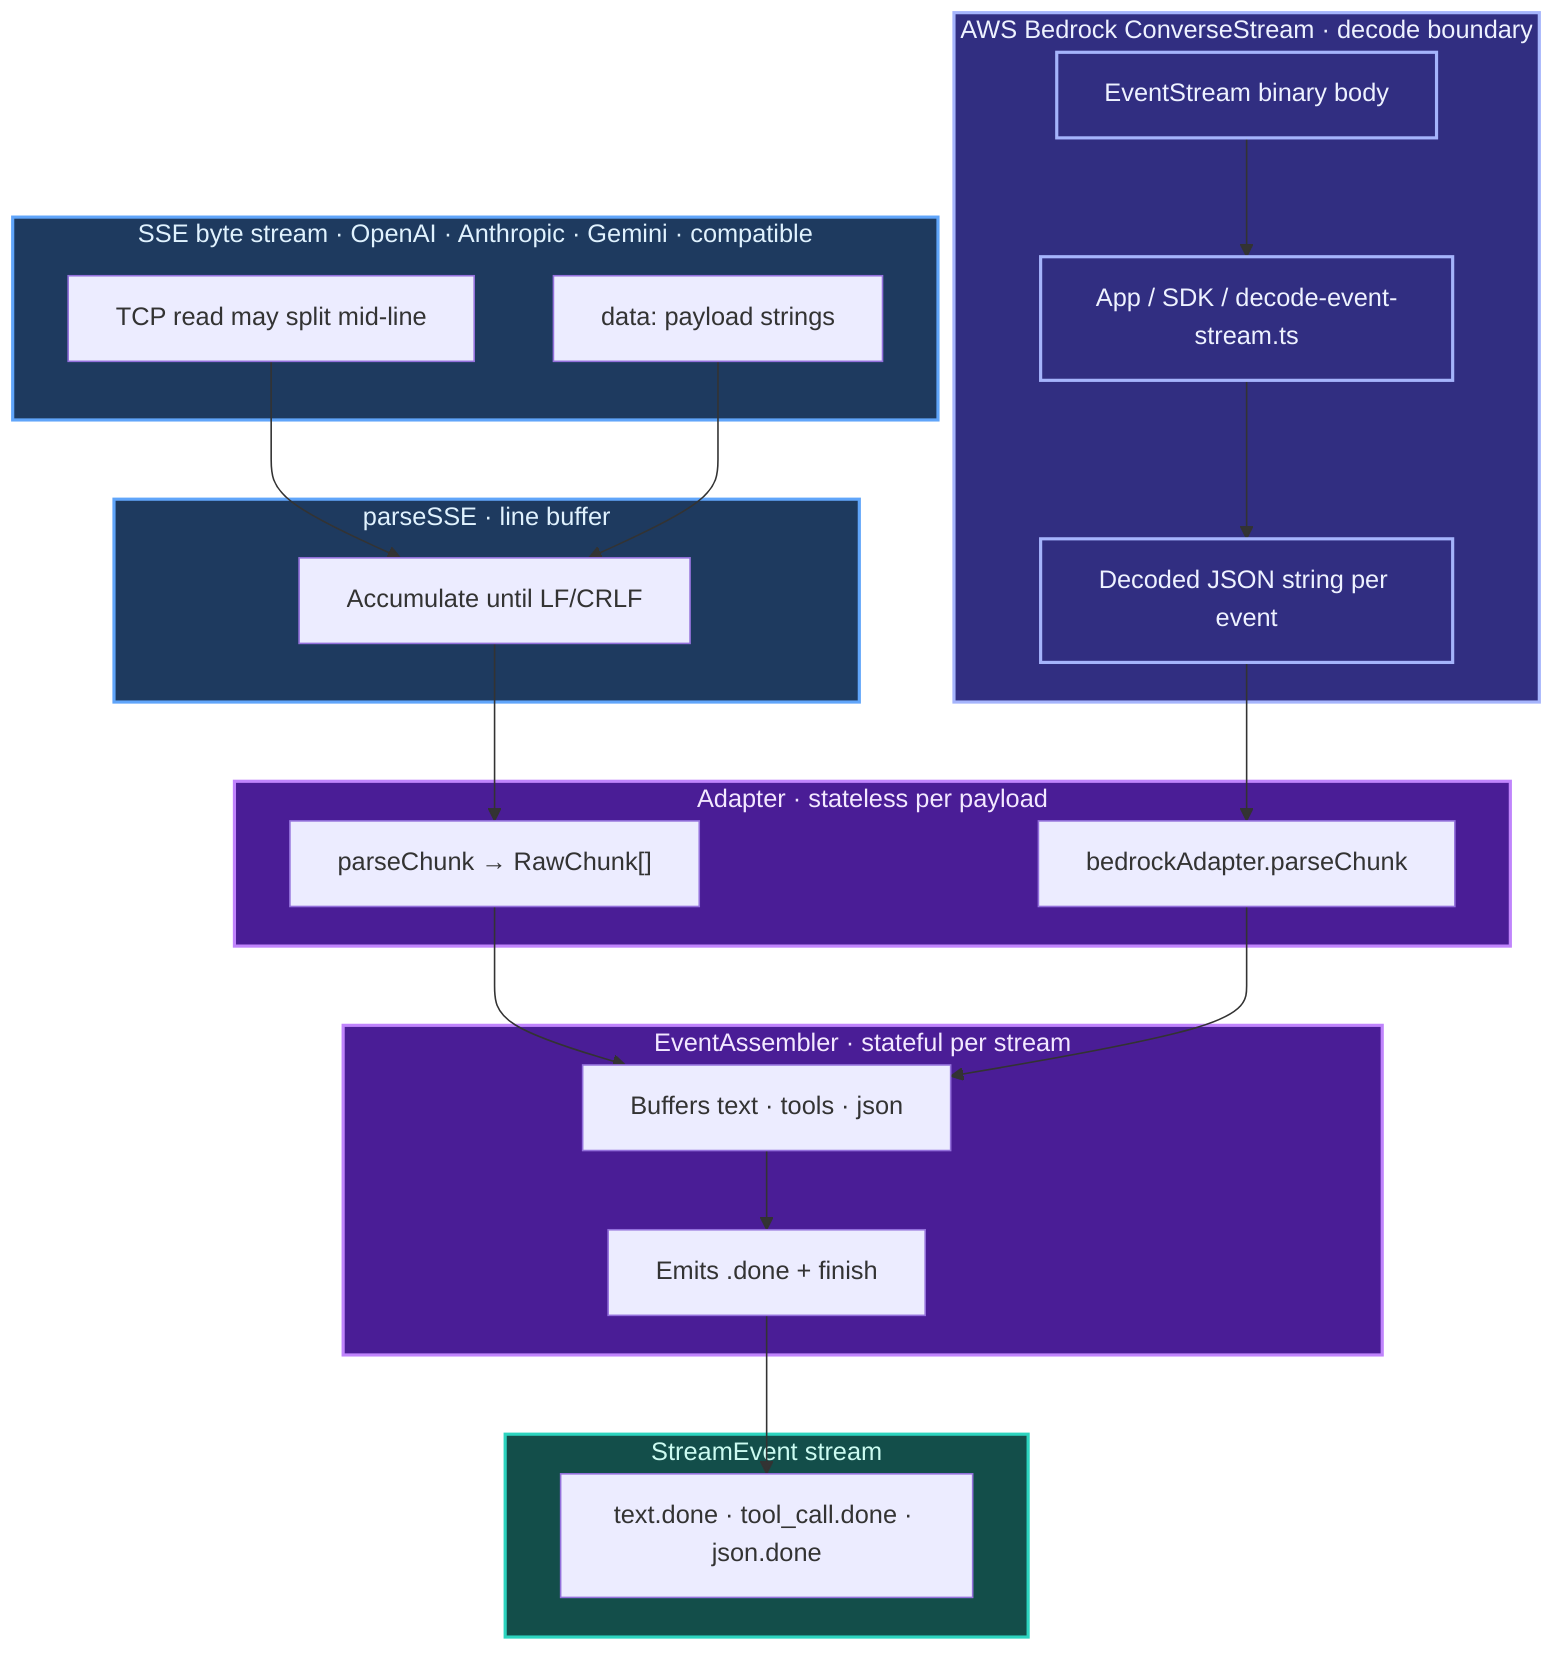
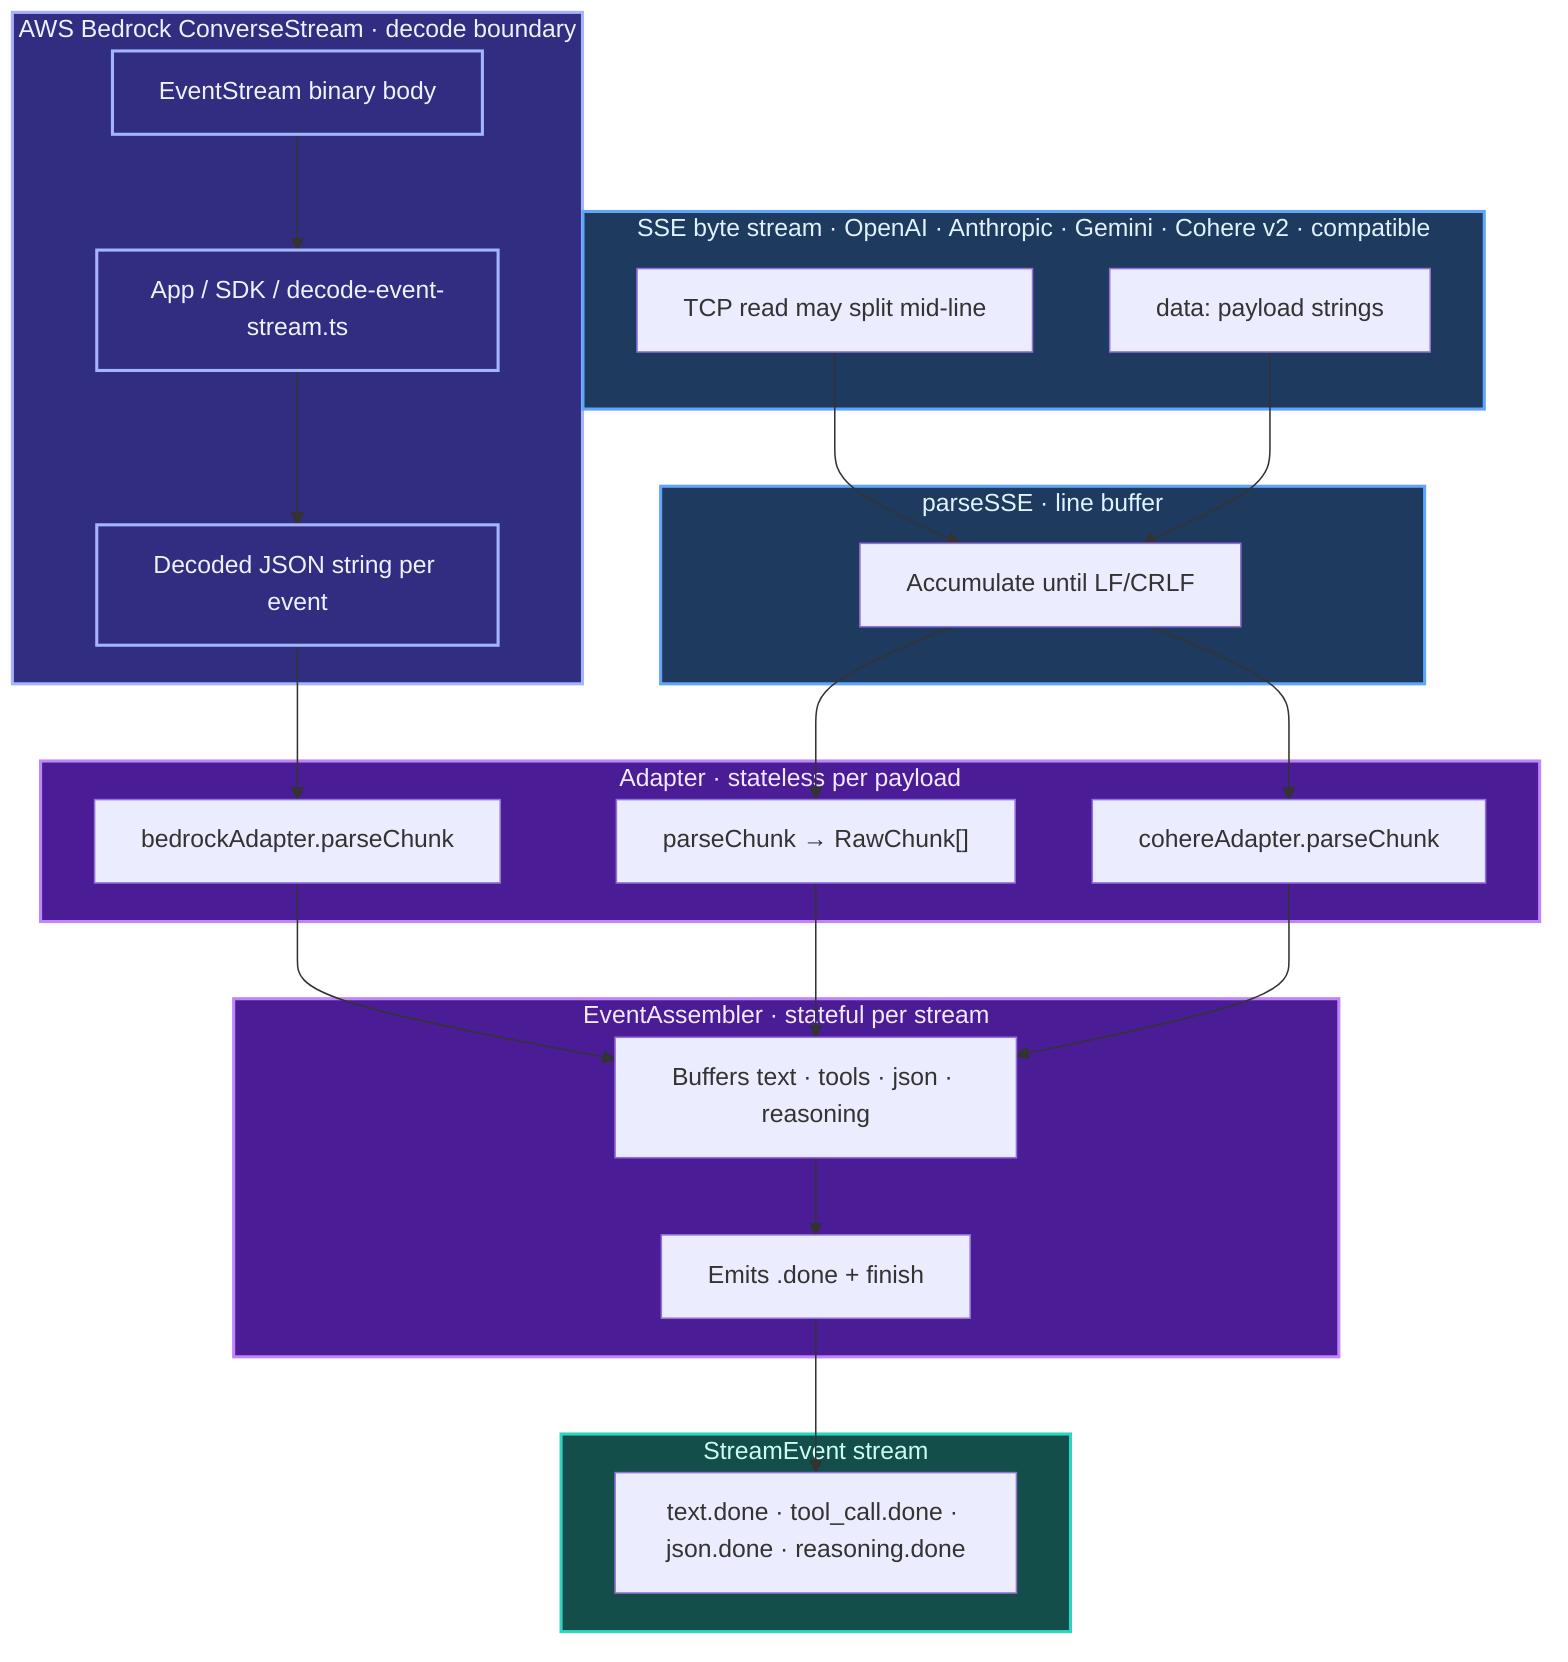
flowchart TB
- 	subgraph IN_SSE["SSE byte stream · OpenAI · Anthropic · Gemini · compatible"]
+ 	subgraph IN_SSE["SSE byte stream · OpenAI · Anthropic · Gemini · Cohere v2 · compatible"]
		C1["TCP read may split mid-line"]
		C2["data: payload strings"]
	end

	subgraph IN_BEDROCK["AWS Bedrock ConverseStream · decode boundary"]
		ES["EventStream binary body"]
		DEC["App / SDK / decode-event-stream.ts"]
		JL["Decoded JSON string per event"]
		ES --> DEC --> JL
	end

	subgraph PARSE["parseSSE · line buffer"]
		LB["Accumulate until LF/CRLF"]
	end

	subgraph ADAPTER["Adapter · stateless per payload"]
		PC["parseChunk → RawChunk[]"]
		BA["bedrockAdapter.parseChunk"]
+ 		CA["cohereAdapter.parseChunk"]
	end

	subgraph CORE["EventAssembler · stateful per stream"]
- 		BUF["Buffers text · tools · json"]
+ 		BUF["Buffers text · tools · json · reasoning"]
		DONE["Emits .done + finish"]
	end

	subgraph OUT["StreamEvent stream"]
- 		EV["text.done · tool_call.done · json.done"]
+ 		EV["text.done · tool_call.done · json.done · reasoning.done"]
	end

	C1 --> LB
	C2 --> LB
	LB --> PC
+ 	LB --> CA
	JL --> BA
	PC --> BUF
	BA --> BUF
+ 	CA --> BUF
	BUF --> DONE
	DONE --> EV

	classDef in fill:#1e3a5f,stroke:#60a5fa,stroke-width:2px,color:#e0f2fe
	classDef bedrock fill:#312e81,stroke:#a5b4fc,stroke-width:2px,color:#eef2ff
	classDef mid fill:#4a1d96,stroke:#c084fc,stroke-width:2px,color:#f3e8ff
	classDef out fill:#134e4a,stroke:#2dd4bf,stroke-width:2px,color:#ccfbf1

	class IN_SSE,PARSE in
	class IN_BEDROCK,ES,DEC,JL bedrock
	class ADAPTER,CORE mid
	class OUT out
